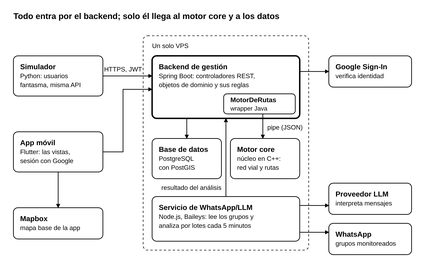
Before: 03_des/02_Arquitectura/diagramas/ARQ-01_Componentes.png, a diagram exported from PlantUML (uniWASD/ChuroViajeInterno). Its source is kept beside it as 03_des/02_Arquitectura/diagramas/ARQ-01_Componentes.puml.
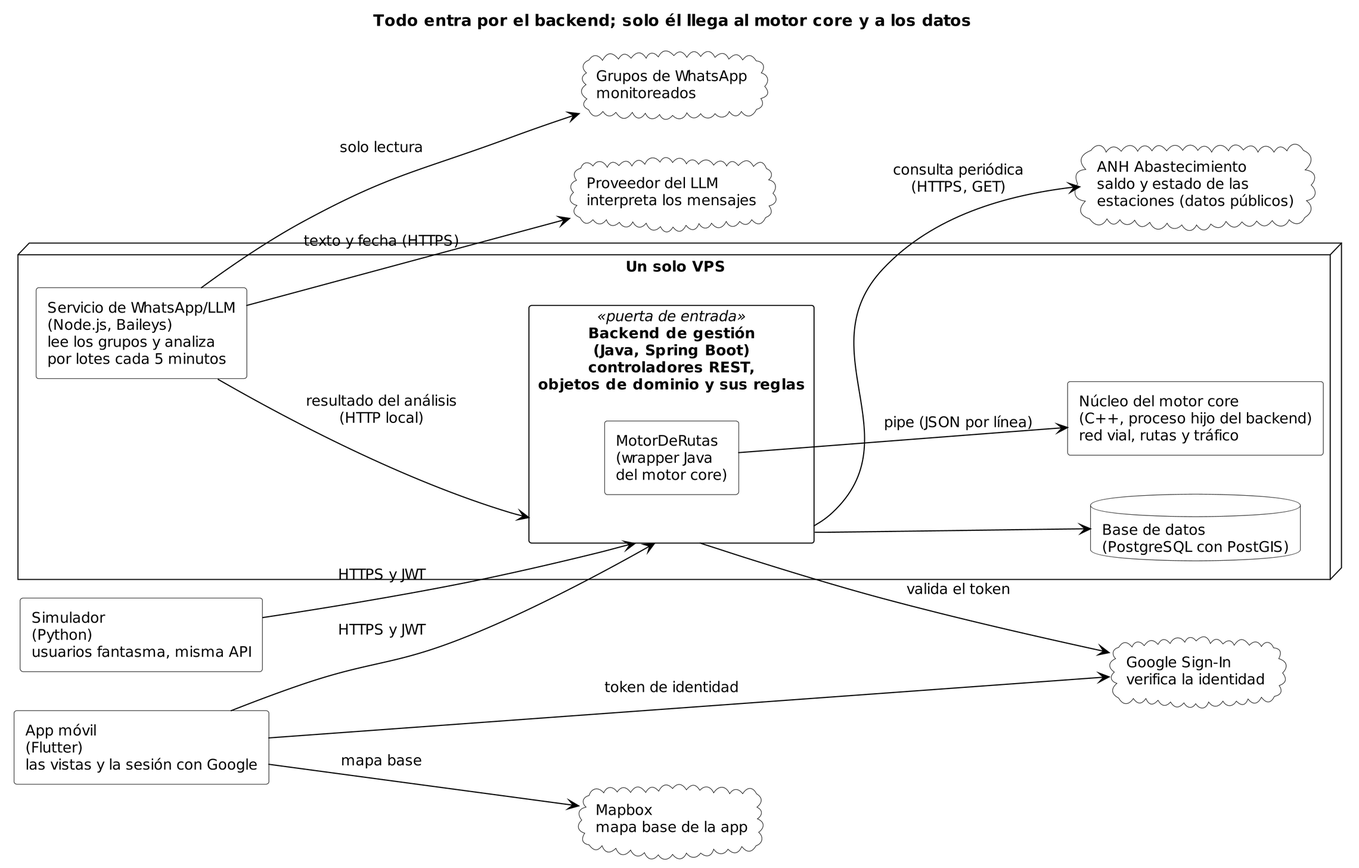
The same file after the commit.

Diff of the diagram source:
```diff
@@ -32,6 +32,7 @@
 cloud "Mapbox\nmapa base de la app" as mapbox
 cloud "Proveedor del LLM\ninterpreta los mensajes" as llm
 cloud "Grupos de WhatsApp\nmonitoreados" as grupos
+cloud "ANH Abastecimiento\nsaldo y estado de las\nestaciones (datos públicos)" as anh
 
 sim --> backend : HTTPS y JWT
 app --> backend : HTTPS y JWT
@@ -43,5 +44,6 @@
 wa --> backend : resultado del análisis\n(HTTP local)
 wa --> llm : texto y fecha (HTTPS)
 wa --> grupos : solo lectura
+backend --> anh : consulta periódica\n(HTTPS, GET)
 
 @enduml
```
